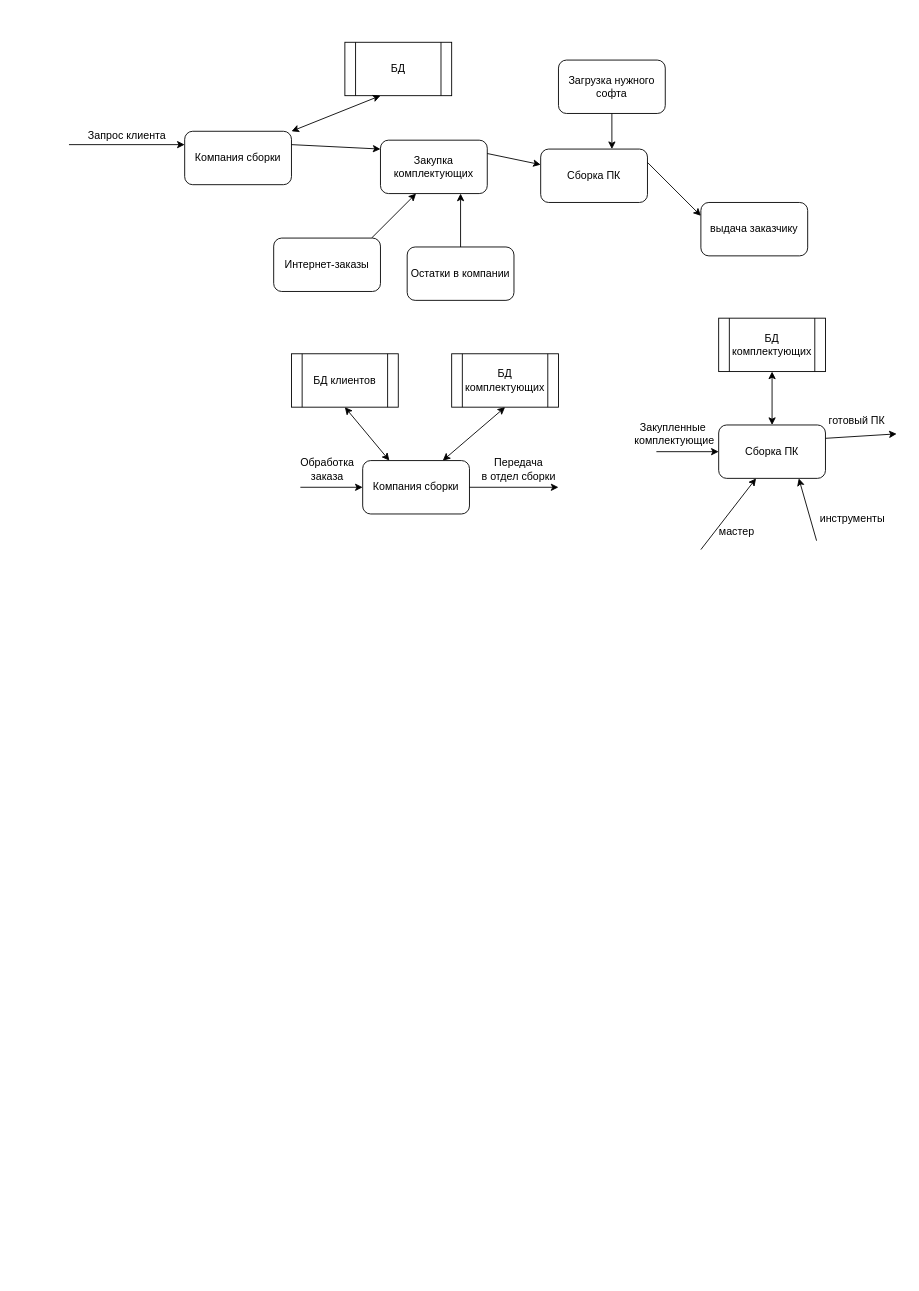
This is page "Страница 2" (2 of 2) of AKMS2.drawio from EnoT1K4/project_new, a draw.io file, before an edit. Source tidied: cells renumbered, new cells numbered last; positions are measured from the earlier drawing's top-left corner, leaving out a move shared by most shapes. Both pictures are drawn from the tidied source at 89%, with x=0, y=0 at pixel (69, 42).
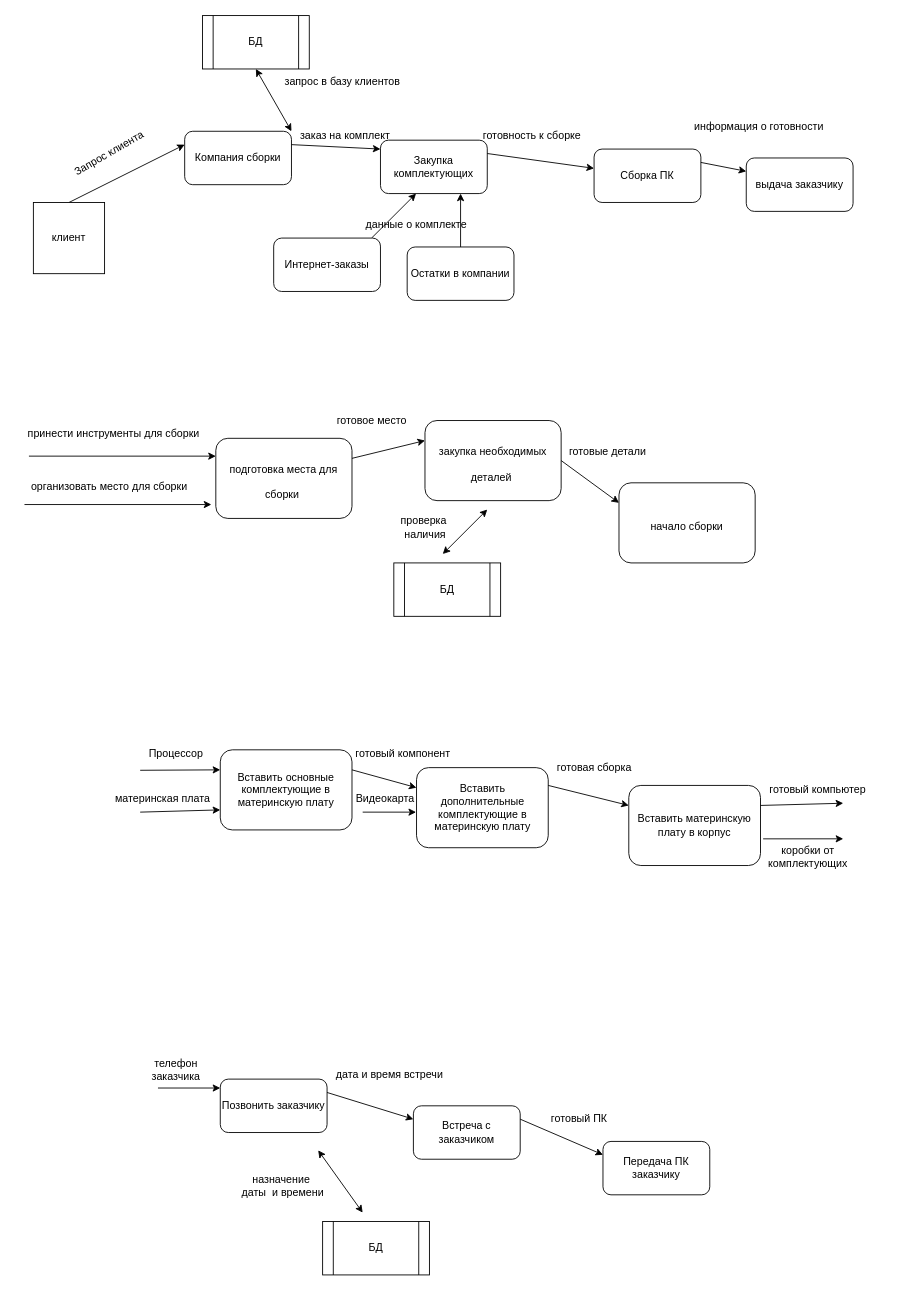
The same page after the edit.

Unchanged cells that the change refers to:
```xml
<mxCell id="3" value="Компания сборки" style="rounded=1;whiteSpace=wrap;html=1;fontSize=12;" parent="1" vertex="1">
  <mxGeometry x="130" y="100" width="120" height="60" as="geometry" />
</mxCell>
```

Diff of the diagram source:
```diff
@@
     <mxCell id="2" value="БД" style="shape=process;whiteSpace=wrap;html=1;backgroundOutline=1;fontSize=12;" parent="1" vertex="1">
-      <mxGeometry x="310" width="120" height="60" as="geometry" />
+      <mxGeometry x="150" y="-30" width="120" height="60" as="geometry" />
     </mxCell>
@@
-    <mxCell id="4" style="endArrow=classic;startArrow=classic;html=1;rounded=0;fontSize=12;jumpStyle=gap;exitX=1;exitY=0;exitDx=0;exitDy=0;" parent="1" edge="1" source="3">
-      <mxGeometry relative="1" as="geometry">
-        <mxPoint x="350" y="60" as="targetPoint" />
-      </mxGeometry>
+    <mxCell id="4" style="endArrow=classic;startArrow=classic;html=1;rounded=0;fontSize=12;jumpStyle=gap;exitX=1;exitY=0;exitDx=0;exitDy=0;entryX=0.5;entryY=1;entryDx=0;entryDy=0;" parent="1" edge="1" source="3" target="2">
+      <mxGeometry relative="1" as="geometry" />
     </mxCell>
-    <mxCell id="5" style="endArrow=classic;html=1;rounded=0;fontSize=12;jumpStyle=gap;entryX=0;entryY=0.25;entryDx=0;entryDy=0;" parent="1" edge="1" target="3">
-      <mxGeometry relative="1" as="geometry">
-        <mxPoint y="115" as="sourcePoint" />
-      </mxGeometry>
+    <mxCell id="5" style="endArrow=classic;html=1;rounded=0;fontSize=12;jumpStyle=gap;entryX=0;entryY=0.25;entryDx=0;entryDy=0;exitX=0.5;exitY=0;exitDx=0;exitDy=0;" parent="1" edge="1" source="39" target="3">
+      <mxGeometry relative="1" as="geometry" />
     </mxCell>
-    <mxCell id="6" value="Запрос клиента" style="text;html=1;align=center;verticalAlign=middle;strokeColor=none;fillColor=none;fontSize=12;" parent="1" vertex="1">
-      <mxGeometry x="10" y="90" width="110" height="30" as="geometry" />
+    <mxCell id="6" value="Запрос клиента" style="text;html=1;align=center;verticalAlign=middle;strokeColor=none;fillColor=none;fontSize=12;rotation=-30;" parent="1" vertex="1">
+      <mxGeometry x="-10" y="110" width="110" height="30" as="geometry" />
     </mxCell>
@@
     <mxCell id="14" value="Сборка ПК" style="rounded=1;whiteSpace=wrap;html=1;fontSize=12;" parent="1" vertex="1">
-      <mxGeometry x="530" y="120" width="120" height="60" as="geometry" />
+      <mxGeometry x="590" y="120" width="120" height="60" as="geometry" />
     </mxCell>
-    <mxCell id="15" value="Загрузка нужного софта" style="rounded=1;whiteSpace=wrap;html=1;fontSize=12;" parent="1" vertex="1">
-      <mxGeometry x="550" y="20" width="120" height="60" as="geometry" />
-    </mxCell>
-    <mxCell id="16" style="endArrow=classic;html=1;rounded=0;fontSize=12;jumpStyle=gap;entryX=0.667;entryY=0;entryDx=0;entryDy=0;entryPerimeter=0;exitX=0.5;exitY=1;exitDx=0;exitDy=0;" parent="1" edge="1" source="15" target="14">
-      <mxGeometry relative="1" as="geometry" />
-    </mxCell>
     <mxCell id="17" value="выдача заказчику" style="rounded=1;whiteSpace=wrap;html=1;fontSize=12;" parent="1" vertex="1">
-      <mxGeometry x="710" y="180" width="120" height="60" as="geometry" />
+      <mxGeometry x="761" y="130" width="120" height="60" as="geometry" />
     </mxCell>
@@
-    <mxCell id="19" value="Компания сборки" style="rounded=1;whiteSpace=wrap;html=1;fontSize=12;" parent="1" vertex="1">
-      <mxGeometry x="330" y="470" width="120" height="60" as="geometry" />
-    </mxCell>
-    <mxCell id="20" value="БД клиентов" style="shape=process;whiteSpace=wrap;html=1;backgroundOutline=1;fontSize=12;" parent="1" vertex="1">
-      <mxGeometry x="250" y="350" width="120" height="60" as="geometry" />
-    </mxCell>
-    <mxCell id="21" value="БД комплектующих" style="shape=process;whiteSpace=wrap;html=1;backgroundOutline=1;fontSize=12;" parent="1" vertex="1">
-      <mxGeometry x="430" y="350" width="120" height="60" as="geometry" />
-    </mxCell>
-    <mxCell id="22" style="endArrow=classic;startArrow=classic;html=1;rounded=0;fontSize=12;jumpStyle=gap;entryX=0.5;entryY=1;entryDx=0;entryDy=0;exitX=0.75;exitY=0;exitDx=0;exitDy=0;" parent="1" edge="1" source="19" target="21">
-      <mxGeometry relative="1" as="geometry" />
-    </mxCell>
-    <mxCell id="23" style="endArrow=classic;startArrow=classic;html=1;rounded=0;fontSize=12;jumpStyle=gap;entryX=0.5;entryY=1;entryDx=0;entryDy=0;exitX=0.25;exitY=0;exitDx=0;exitDy=0;" parent="1" edge="1" source="19" target="20">
-      <mxGeometry relative="1" as="geometry" />
-    </mxCell>
-    <mxCell id="24" style="endArrow=classic;html=1;rounded=0;fontSize=12;jumpStyle=gap;" parent="1" edge="1">
-      <mxGeometry relative="1" as="geometry">
-        <mxPoint x="260" y="500" as="sourcePoint" />
-        <mxPoint x="330" y="500" as="targetPoint" />
-      </mxGeometry>
-    </mxCell>
-    <mxCell id="25" value="Обработка &lt;br&gt;заказа" style="text;html=1;align=center;verticalAlign=middle;strokeColor=none;fillColor=none;fontSize=12;" parent="1" vertex="1">
-      <mxGeometry x="245" y="460" width="90" height="40" as="geometry" />
-    </mxCell>
-    <mxCell id="26" style="endArrow=classic;html=1;rounded=0;fontSize=12;jumpStyle=gap;exitX=1;exitY=0.5;exitDx=0;exitDy=0;" parent="1" edge="1" source="19">
-      <mxGeometry relative="1" as="geometry">
-        <mxPoint x="550" y="500" as="targetPoint" />
-      </mxGeometry>
-    </mxCell>
-    <mxCell id="27" value="Передача &lt;br&gt;в отдел сборки" style="text;html=1;align=center;verticalAlign=middle;strokeColor=none;fillColor=none;fontSize=12;" parent="1" vertex="1">
-      <mxGeometry x="450" y="460" width="110" height="40" as="geometry" />
-    </mxCell>
-    <mxCell id="28" value="Сборка ПК" style="rounded=1;whiteSpace=wrap;html=1;fontSize=12;" parent="1" vertex="1">
-      <mxGeometry x="730" y="430" width="120" height="60" as="geometry" />
-    </mxCell>
-    <mxCell id="29" value="БД комплектующих" style="shape=process;whiteSpace=wrap;html=1;backgroundOutline=1;fontSize=12;" parent="1" vertex="1">
-      <mxGeometry x="730" y="310" width="120" height="60" as="geometry" />
-    </mxCell>
-    <mxCell id="30" style="endArrow=classic;html=1;rounded=0;fontSize=12;jumpStyle=gap;entryX=0;entryY=0.5;entryDx=0;entryDy=0;" parent="1" edge="1" target="28">
-      <mxGeometry relative="1" as="geometry">
-        <mxPoint x="660" y="460" as="sourcePoint" />
-      </mxGeometry>
-    </mxCell>
-    <mxCell id="31" value="Закупленные&amp;nbsp;&lt;br&gt;комплектующие&lt;br&gt;" style="text;html=1;align=center;verticalAlign=middle;strokeColor=none;fillColor=none;fontSize=12;" parent="1" vertex="1">
-      <mxGeometry x="620" y="420" width="120" height="40" as="geometry" />
-    </mxCell>
-    <mxCell id="32" style="endArrow=classic;startArrow=classic;html=1;rounded=0;fontSize=12;jumpStyle=gap;entryX=0.5;entryY=1;entryDx=0;entryDy=0;exitX=0.5;exitY=0;exitDx=0;exitDy=0;" parent="1" edge="1" source="28" target="29">
-      <mxGeometry relative="1" as="geometry" />
-    </mxCell>
-    <mxCell id="33" style="endArrow=classic;html=1;rounded=0;fontSize=12;jumpStyle=gap;entryX=0.35;entryY=1;entryDx=0;entryDy=0;entryPerimeter=0;" parent="1" edge="1" target="28">
-      <mxGeometry relative="1" as="geometry">
-        <mxPoint x="710" y="570" as="sourcePoint" />
-      </mxGeometry>
-    </mxCell>
-    <mxCell id="34" value="мастер" style="text;html=1;align=center;verticalAlign=middle;strokeColor=none;fillColor=none;fontSize=12;" parent="1" vertex="1">
-      <mxGeometry x="720" y="535" width="60" height="30" as="geometry" />
-    </mxCell>
-    <mxCell id="35" style="endArrow=classic;html=1;rounded=0;fontSize=12;jumpStyle=gap;entryX=0.75;entryY=1;entryDx=0;entryDy=0;" parent="1" edge="1" target="28">
-      <mxGeometry relative="1" as="geometry">
-        <mxPoint x="840" y="560" as="sourcePoint" />
-      </mxGeometry>
-    </mxCell>
-    <mxCell id="36" value="инструменты" style="text;html=1;align=center;verticalAlign=middle;strokeColor=none;fillColor=none;fontSize=12;" parent="1" vertex="1">
-      <mxGeometry x="830" y="520" width="100" height="30" as="geometry" />
-    </mxCell>
-    <mxCell id="37" style="endArrow=classic;html=1;rounded=0;fontSize=12;jumpStyle=gap;exitX=1;exitY=0.25;exitDx=0;exitDy=0;" parent="1" edge="1" source="28">
-      <mxGeometry relative="1" as="geometry">
-        <mxPoint x="930" y="440" as="targetPoint" />
-      </mxGeometry>
-    </mxCell>
+    <mxCell id="39" value="клиент" style="whiteSpace=wrap;html=1;" parent="1" vertex="1">
+      <mxGeometry x="-40" y="180" width="80" height="80" as="geometry" />
+    </mxCell>
+    <mxCell id="40" value="запрос в базу клиентов" style="text;html=1;align=center;verticalAlign=middle;strokeColor=none;fillColor=none;" parent="1" vertex="1">
+      <mxGeometry x="227" y="30" width="160" height="30" as="geometry" />
+    </mxCell>
+    <mxCell id="41" value="заказ на комплект" style="text;html=1;align=center;verticalAlign=middle;strokeColor=none;fillColor=none;" parent="1" vertex="1">
+      <mxGeometry x="245" y="90" width="130" height="30" as="geometry" />
+    </mxCell>
+    <mxCell id="42" value="готовность к сборке" style="text;html=1;align=center;verticalAlign=middle;strokeColor=none;fillColor=none;" parent="1" vertex="1">
+      <mxGeometry x="450" y="90" width="140" height="30" as="geometry" />
+    </mxCell>
+    <mxCell id="43" value="данные о комплекте" style="text;html=1;align=center;verticalAlign=middle;strokeColor=none;fillColor=none;" parent="1" vertex="1">
+      <mxGeometry x="320" y="190" width="140" height="30" as="geometry" />
+    </mxCell>
+    <mxCell id="44" value="&lt;span style=&quot;font-size: 12px;&quot;&gt;подготовка места для сборки&amp;nbsp;&lt;/span&gt;" style="rounded=1;whiteSpace=wrap;html=1;fontSize=24;" parent="1" vertex="1">
+      <mxGeometry x="165" y="445" width="153" height="90" as="geometry" />
+    </mxCell>
+    <mxCell id="45" value="&lt;span style=&quot;font-size: 12px;&quot;&gt;закупка необходимых деталей&amp;nbsp;&lt;/span&gt;" style="rounded=1;whiteSpace=wrap;html=1;fontSize=24;" parent="1" vertex="1">
+      <mxGeometry x="400" y="425" width="153" height="90" as="geometry" />
+    </mxCell>
+    <mxCell id="46" value="&lt;span style=&quot;font-size: 12px;&quot;&gt;начало сборки&lt;/span&gt;" style="rounded=1;whiteSpace=wrap;html=1;fontSize=24;" parent="1" vertex="1">
+      <mxGeometry x="618" y="495" width="153" height="90" as="geometry" />
+    </mxCell>
+    <mxCell id="47" value="принести инструменты для сборки" style="text;html=1;align=center;verticalAlign=middle;strokeColor=none;fillColor=none;" parent="1" vertex="1">
+      <mxGeometry x="-60" y="425" width="220" height="30" as="geometry" />
+    </mxCell>
+    <mxCell id="48" value="организовать место для сборки" style="text;html=1;align=center;verticalAlign=middle;strokeColor=none;fillColor=none;fontSize=12;" parent="1" vertex="1">
+      <mxGeometry x="-55" y="485" width="200" height="30" as="geometry" />
+    </mxCell>
+    <mxCell id="49" style="endArrow=classic;html=1;rounded=0;fontSize=12;jumpStyle=gap;" parent="1" edge="1">
+      <mxGeometry relative="1" as="geometry">
+        <mxPoint x="-45" y="465" as="sourcePoint" />
+        <mxPoint x="165" y="465" as="targetPoint" />
+      </mxGeometry>
+    </mxCell>
+    <mxCell id="50" style="endArrow=classic;html=1;rounded=0;fontSize=12;jumpStyle=gap;" parent="1" edge="1">
+      <mxGeometry relative="1" as="geometry">
+        <mxPoint x="-50" y="519.4" as="sourcePoint" />
+        <mxPoint x="160" y="519.4" as="targetPoint" />
+      </mxGeometry>
+    </mxCell>
+    <mxCell id="51" style="endArrow=classic;html=1;rounded=0;fontSize=12;jumpStyle=gap;exitX=1;exitY=0.25;exitDx=0;exitDy=0;entryX=0;entryY=0.25;entryDx=0;entryDy=0;" parent="1" edge="1" source="44" target="45">
+      <mxGeometry relative="1" as="geometry" />
+    </mxCell>
+    <mxCell id="52" style="endArrow=classic;html=1;rounded=0;fontSize=12;jumpStyle=gap;entryX=0;entryY=0.25;entryDx=0;entryDy=0;exitX=1;exitY=0.5;exitDx=0;exitDy=0;" parent="1" edge="1" source="45" target="46">
+      <mxGeometry relative="1" as="geometry" />
+    </mxCell>
+    <mxCell id="53" value="Вставить основные комплектующие в материнскую плату" style="rounded=1;whiteSpace=wrap;html=1;fontSize=12;" parent="1" vertex="1">
+      <mxGeometry x="170" y="795" width="148" height="90" as="geometry" />
+    </mxCell>
+    <mxCell id="54" value="Вставить дополнительные комплектующие в материнскую плату" style="rounded=1;whiteSpace=wrap;html=1;fontSize=12;" parent="1" vertex="1">
+      <mxGeometry x="390.5" y="815" width="148" height="90" as="geometry" />
+    </mxCell>
+    <mxCell id="55" value="Вставить материнскую плату в корпус" style="rounded=1;whiteSpace=wrap;html=1;fontSize=12;" parent="1" vertex="1">
+      <mxGeometry x="629" y="835" width="148" height="90" as="geometry" />
+    </mxCell>
+    <mxCell id="56" style="endArrow=classic;html=1;rounded=0;fontSize=12;jumpStyle=gap;entryX=0;entryY=0.25;entryDx=0;entryDy=0;" parent="1" edge="1" target="53">
+      <mxGeometry relative="1" as="geometry">
+        <mxPoint x="80" y="818" as="sourcePoint" />
+      </mxGeometry>
+    </mxCell>
+    <mxCell id="57" value="Процессор" style="text;html=1;align=center;verticalAlign=middle;strokeColor=none;fillColor=none;fontSize=12;" parent="1" vertex="1">
+      <mxGeometry x="80" y="785" width="80" height="30" as="geometry" />
+    </mxCell>
+    <mxCell id="58" style="endArrow=classic;html=1;rounded=0;fontSize=12;jumpStyle=gap;entryX=0;entryY=0.75;entryDx=0;entryDy=0;" parent="1" edge="1" target="53">
+      <mxGeometry relative="1" as="geometry">
+        <mxPoint x="80" y="865" as="sourcePoint" />
+      </mxGeometry>
+    </mxCell>
+    <mxCell id="59" value="материнская плата" style="text;html=1;align=center;verticalAlign=middle;strokeColor=none;fillColor=none;fontSize=12;" parent="1" vertex="1">
+      <mxGeometry x="40" y="835" width="130" height="30" as="geometry" />
+    </mxCell>
+    <mxCell id="60" style="endArrow=classic;html=1;rounded=0;fontSize=12;jumpStyle=gap;exitX=1;exitY=0.25;exitDx=0;exitDy=0;entryX=0;entryY=0.25;entryDx=0;entryDy=0;" parent="1" edge="1" source="53" target="54">
+      <mxGeometry relative="1" as="geometry" />
+    </mxCell>
+    <mxCell id="61" style="endArrow=classic;html=1;rounded=0;fontSize=12;jumpStyle=gap;exitX=1;exitY=0.25;exitDx=0;exitDy=0;entryX=0;entryY=0.25;entryDx=0;entryDy=0;" parent="1" edge="1" target="55">
+      <mxGeometry relative="1" as="geometry">
+        <mxPoint x="538.5" y="835" as="sourcePoint" />
+      </mxGeometry>
+    </mxCell>
+    <mxCell id="62" style="endArrow=classic;html=1;rounded=0;fontSize=12;jumpStyle=gap;" parent="1" edge="1">
+      <mxGeometry relative="1" as="geometry">
+        <mxPoint x="330" y="865" as="sourcePoint" />
+        <mxPoint x="390" y="865" as="targetPoint" />
+      </mxGeometry>
+    </mxCell>
+    <mxCell id="63" value="Видеокарта" style="text;html=1;align=center;verticalAlign=middle;strokeColor=none;fillColor=none;fontSize=12;" parent="1" vertex="1">
+      <mxGeometry x="310" y="835" width="90" height="30" as="geometry" />
+    </mxCell>
+    <mxCell id="64" style="endArrow=classic;html=1;rounded=0;fontSize=12;jumpStyle=gap;exitX=1;exitY=0.25;exitDx=0;exitDy=0;" parent="1" edge="1" source="55">
+      <mxGeometry relative="1" as="geometry">
+        <mxPoint x="870" y="855" as="targetPoint" />
+      </mxGeometry>
+    </mxCell>
+    <mxCell id="65" value="готовый компьютер" style="text;html=1;align=center;verticalAlign=middle;strokeColor=none;fillColor=none;fontSize=12;" parent="1" vertex="1">
+      <mxGeometry x="771" y="825" width="140" height="30" as="geometry" />
+    </mxCell>
+    <mxCell id="66" style="endArrow=classic;html=1;rounded=0;fontSize=12;jumpStyle=gap;exitX=1.02;exitY=0.667;exitDx=0;exitDy=0;exitPerimeter=0;" parent="1" edge="1" source="55">
+      <mxGeometry relative="1" as="geometry">
+        <mxPoint x="870" y="895" as="targetPoint" />
+      </mxGeometry>
+    </mxCell>
+    <mxCell id="67" value="коробки от &lt;br&gt;комплектующих" style="text;html=1;align=center;verticalAlign=middle;strokeColor=none;fillColor=none;fontSize=12;" parent="1" vertex="1">
+      <mxGeometry x="770" y="895" width="120" height="40" as="geometry" />
+    </mxCell>
+    <mxCell id="68" value="Позвонить заказчику" style="rounded=1;whiteSpace=wrap;html=1;fontSize=12;" parent="1" vertex="1">
+      <mxGeometry x="170" y="1165" width="120" height="60" as="geometry" />
+    </mxCell>
+    <mxCell id="69" value="Встреча с заказчиком" style="rounded=1;whiteSpace=wrap;html=1;fontSize=12;" parent="1" vertex="1">
+      <mxGeometry x="387" y="1195" width="120" height="60" as="geometry" />
+    </mxCell>
+    <mxCell id="70" value="Передача ПК заказчику" style="rounded=1;whiteSpace=wrap;html=1;fontSize=12;" parent="1" vertex="1">
+      <mxGeometry x="600" y="1235" width="120" height="60" as="geometry" />
+    </mxCell>
+    <mxCell id="71" style="endArrow=classic;html=1;rounded=0;fontSize=12;jumpStyle=gap;exitX=1;exitY=0.25;exitDx=0;exitDy=0;entryX=0;entryY=0.25;entryDx=0;entryDy=0;" parent="1" edge="1" source="68" target="69">
+      <mxGeometry relative="1" as="geometry" />
+    </mxCell>
+    <mxCell id="72" style="endArrow=classic;html=1;rounded=0;fontSize=12;jumpStyle=gap;exitX=1;exitY=0.25;exitDx=0;exitDy=0;entryX=0;entryY=0.25;entryDx=0;entryDy=0;" parent="1" edge="1" source="69" target="70">
+      <mxGeometry relative="1" as="geometry" />
+    </mxCell>
+    <mxCell id="73" style="endArrow=classic;html=1;rounded=0;fontSize=12;jumpStyle=gap;" parent="1" edge="1">
+      <mxGeometry relative="1" as="geometry">
+        <mxPoint x="100" y="1175" as="sourcePoint" />
+        <mxPoint x="170" y="1175" as="targetPoint" />
+      </mxGeometry>
+    </mxCell>
+    <mxCell id="74" value="телефон &lt;br&gt;заказчика" style="text;html=1;align=center;verticalAlign=middle;strokeColor=none;fillColor=none;fontSize=12;" parent="1" vertex="1">
+      <mxGeometry x="80" y="1135" width="80" height="40" as="geometry" />
+    </mxCell>
+    <mxCell id="75" value="готовое место" style="text;html=1;align=center;verticalAlign=middle;strokeColor=none;fillColor=none;" parent="1" vertex="1">
+      <mxGeometry x="290" y="410" width="100" height="30" as="geometry" />
+    </mxCell>
+    <mxCell id="76" value="готовые детали" style="text;html=1;align=center;verticalAlign=middle;strokeColor=none;fillColor=none;" parent="1" vertex="1">
+      <mxGeometry x="550" y="445" width="110" height="30" as="geometry" />
+    </mxCell>
+    <mxCell id="77" value="готовый компонент" style="text;html=1;align=center;verticalAlign=middle;strokeColor=none;fillColor=none;" parent="1" vertex="1">
+      <mxGeometry x="310" y="785" width="130" height="30" as="geometry" />
+    </mxCell>
+    <mxCell id="78" value="готовая сборка" style="text;html=1;align=center;verticalAlign=middle;strokeColor=none;fillColor=none;" parent="1" vertex="1">
+      <mxGeometry x="535" y="800" width="110" height="30" as="geometry" />
+    </mxCell>
+    <mxCell id="79" value="дата и время встречи" style="text;html=1;align=center;verticalAlign=middle;strokeColor=none;fillColor=none;" parent="1" vertex="1">
+      <mxGeometry x="285" y="1145" width="150" height="30" as="geometry" />
+    </mxCell>
-    <mxCell id="38" value="готовый ПК" style="text;html=1;align=center;verticalAlign=middle;strokeColor=none;fillColor=none;fontSize=12;" parent="1" vertex="1">
-      <mxGeometry x="840" y="410" width="90" height="30" as="geometry" />
+    <mxCell id="38" value="готовый ПК" style="text;html=1;align=center;verticalAlign=middle;strokeColor=none;fillColor=none;" parent="1" vertex="1">
+      <mxGeometry x="528" y="1195" width="90" height="30" as="geometry" />
     </mxCell>
+    <mxCell id="80" value="БД" style="shape=process;whiteSpace=wrap;html=1;backgroundOutline=1;" parent="1" vertex="1">
+      <mxGeometry x="365" y="585" width="120" height="60" as="geometry" />
+    </mxCell>
+    <mxCell id="81" style="endArrow=classic;startArrow=classic;html=1;rounded=0;" parent="1" edge="1">
+      <mxGeometry relative="1" as="geometry">
+        <mxPoint x="420" y="575" as="sourcePoint" />
+        <mxPoint x="470" y="525" as="targetPoint" />
+      </mxGeometry>
+    </mxCell>
+    <mxCell id="82" value="проверка&amp;nbsp;&lt;br&gt;наличия" style="text;html=1;align=center;verticalAlign=middle;strokeColor=none;fillColor=none;" parent="1" vertex="1">
+      <mxGeometry x="360" y="525" width="80" height="40" as="geometry" />
+    </mxCell>
+    <mxCell id="83" value="БД" style="shape=process;whiteSpace=wrap;html=1;backgroundOutline=1;" parent="1" vertex="1">
+      <mxGeometry x="285" y="1325" width="120" height="60" as="geometry" />
+    </mxCell>
+    <mxCell id="84" style="endArrow=classic;startArrow=classic;html=1;rounded=0;" parent="1" edge="1">
+      <mxGeometry relative="1" as="geometry">
+        <mxPoint x="330" y="1315" as="sourcePoint" />
+        <mxPoint x="280" y="1245" as="targetPoint" />
+      </mxGeometry>
+    </mxCell>
+    <mxCell id="85" value="назначение&amp;nbsp;&lt;br&gt;даты &amp;nbsp;и времени" style="text;html=1;align=center;verticalAlign=middle;strokeColor=none;fillColor=none;" parent="1" vertex="1">
+      <mxGeometry x="180" y="1265" width="120" height="40" as="geometry" />
+    </mxCell>
+    <mxCell id="86" value="информация о готовности" style="text;html=1;align=center;verticalAlign=middle;strokeColor=none;fillColor=none;" parent="1" vertex="1">
+      <mxGeometry x="690" y="80" width="170" height="30" as="geometry" />
+    </mxCell>
```
